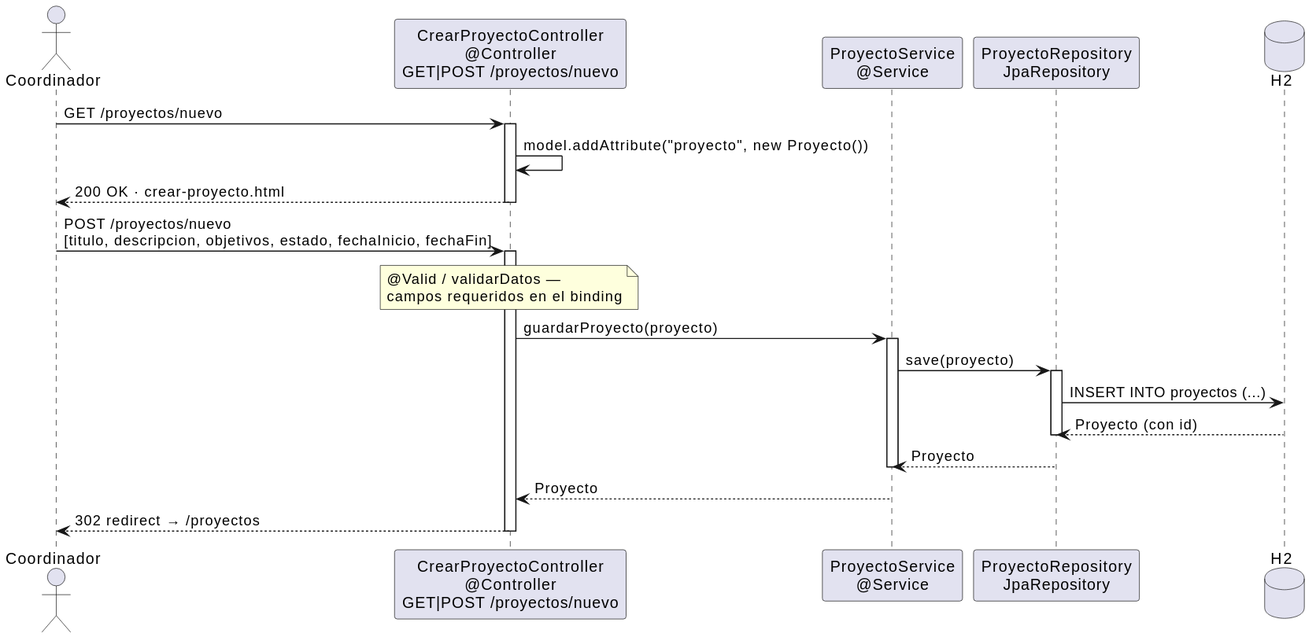
The PlantUML diagram images/diseño/crearProyecto-diseño.svg in 31Diego/25-26-idsw2-sdVC, before a commit. Its diagram source:
```plantuml
@startuml
skinparam linetype ortho

actor "Coordinador" as Coord
participant "CrearProyectoController\n@Controller\nGET|POST /proyectos/nuevo" as Ctrl
participant "ProyectoService\n@Service" as Service
participant "ProyectoRepository\nJpaRepository" as Repo
database "H2" as DB

Coord -> Ctrl : GET /proyectos/nuevo
activate Ctrl
Ctrl -> Ctrl : model.addAttribute("proyecto", new Proyecto())
Ctrl --> Coord : 200 OK · crear-proyecto.html
deactivate Ctrl

Coord -> Ctrl : POST /proyectos/nuevo\n[titulo, descripcion, objetivos, estado, fechaInicio, fechaFin]
activate Ctrl

note over Ctrl : @Valid / validarDatos — \ncampos requeridos en el binding

Ctrl -> Service : guardarProyecto(proyecto)
activate Service
Service -> Repo : save(proyecto)
activate Repo
Repo -> DB : INSERT INTO proyectos (...)
DB --> Repo : Proyecto (con id)
deactivate Repo
Repo --> Service : Proyecto
deactivate Service
Service --> Ctrl : Proyecto

Ctrl --> Coord : 302 redirect → /proyectos
deactivate Ctrl
@enduml
```
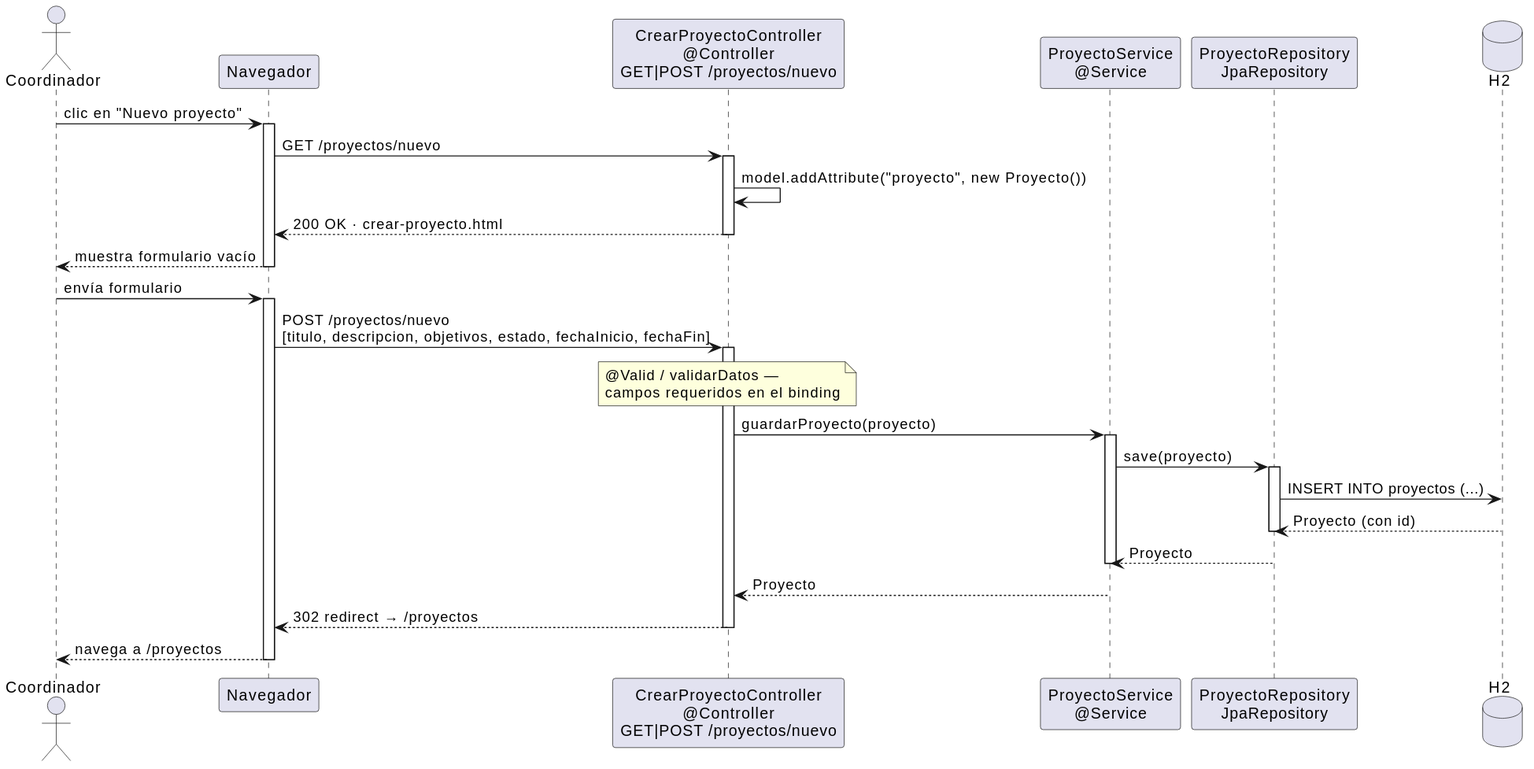
After the change.

Commit message:
fix: corregir diagramas de secuencia de diseño — añadir navegador antes de la petición HTTP

Change to the diagram source:
```diff
@@ -2,18 +2,25 @@
 skinparam linetype ortho
 
 actor "Coordinador" as Coord
+participant "Navegador" as Nav
 participant "CrearProyectoController\n@Controller\nGET|POST /proyectos/nuevo" as Ctrl
 participant "ProyectoService\n@Service" as Service
 participant "ProyectoRepository\nJpaRepository" as Repo
 database "H2" as DB
 
-Coord -> Ctrl : GET /proyectos/nuevo
+Coord -> Nav : clic en "Nuevo proyecto"
+activate Nav
+Nav -> Ctrl : GET /proyectos/nuevo
 activate Ctrl
 Ctrl -> Ctrl : model.addAttribute("proyecto", new Proyecto())
-Ctrl --> Coord : 200 OK · crear-proyecto.html
+Ctrl --> Nav : 200 OK · crear-proyecto.html
 deactivate Ctrl
+Nav --> Coord : muestra formulario vacío
+deactivate Nav
 
-Coord -> Ctrl : POST /proyectos/nuevo\n[titulo, descripcion, objetivos, estado, fechaInicio, fechaFin]
+Coord -> Nav : envía formulario
+activate Nav
+Nav -> Ctrl : POST /proyectos/nuevo\n[titulo, descripcion, objetivos, estado, fechaInicio, fechaFin]
 activate Ctrl
 
 note over Ctrl : @Valid / validarDatos — \ncampos requeridos en el binding
@@ -29,6 +36,8 @@
 deactivate Service
 Service --> Ctrl : Proyecto
 
-Ctrl --> Coord : 302 redirect → /proyectos
+Ctrl --> Nav : 302 redirect → /proyectos
 deactivate Ctrl
+Nav --> Coord : navega a /proyectos
+deactivate Nav
 @enduml
```
